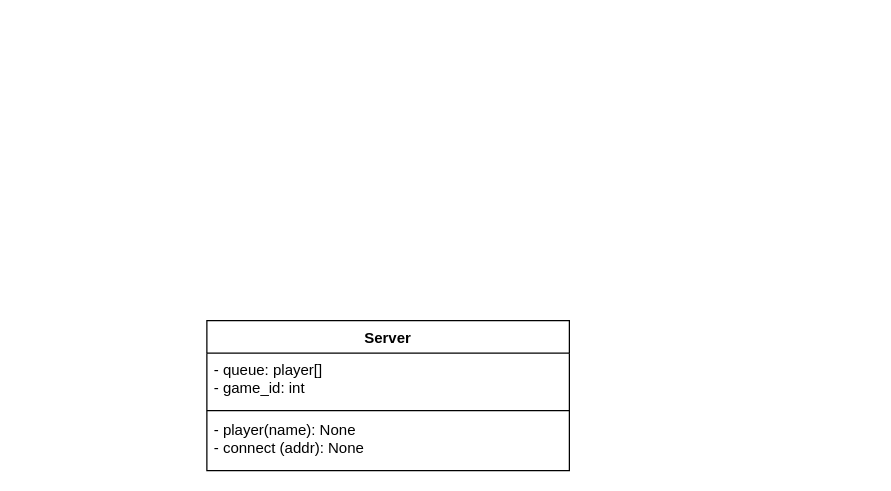
Earlier version of the draw.io diagram .drawio (Truntaler/TM-Project). Source tidied: cells renumbered, new cells numbered last; positions are measured from the earlier drawing's top-left corner, leaving out a move shared by most shapes. Both pictures are drawn from the tidied source at 125%, with x=0, y=0 at pixel (206, 320).
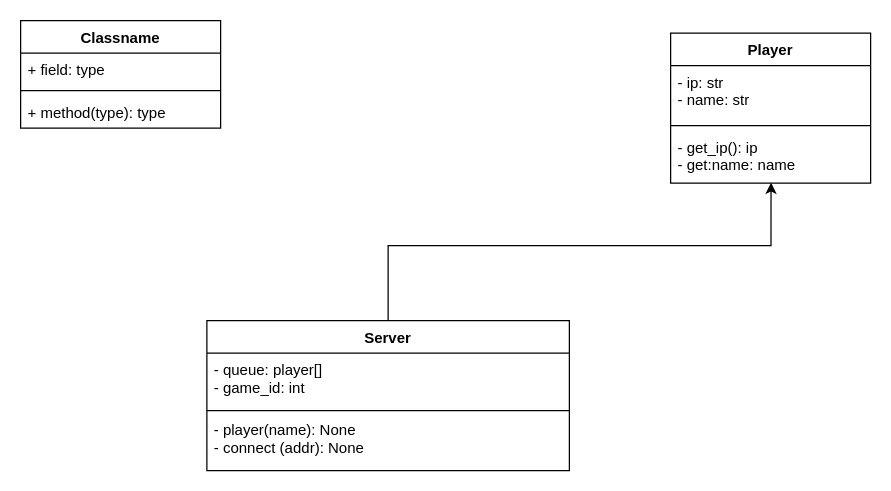
The same page after the edit.

Commit message:
server_2/player

What changed in the source:
```diff
@@
 <mxGraphModel>
   <root>
     <mxCell id="0" />
     <mxCell id="1" parent="0" />
+    <mxCell id="7" style="edgeStyle=orthogonalEdgeStyle;rounded=0;jettySize=auto;html=1;exitX=0.5;exitY=0;exitDx=0;exitDy=0;entryX=0.502;entryY=0.992;entryDx=0;entryDy=0;entryPerimeter=0;" parent="1" edge="1" source="2" target="11">
+      <mxGeometry relative="1" as="geometry">
+        <Array as="points">
+          <mxPoint x="145" y="-60" />
+          <mxPoint x="451" y="-60" />
+        </Array>
+      </mxGeometry>
+    </mxCell>
     <mxCell id="2" value="Server" style="swimlane;fontStyle=1;align=center;verticalAlign=top;horizontal=1;startSize=26;" parent="1" vertex="1">
       <mxGeometry width="290" height="120" as="geometry" />
     </mxCell>
     <mxCell id="3" value="- queue: player[]&#10;- game_id: int" style="text;strokeColor=none;fillColor=none;align=left;verticalAlign=top;spacingLeft=4;spacingRight=4;overflow=hidden;points=[[0,0.5],[1,0.5]];portConstraint=eastwest;" parent="2" vertex="1">
       <mxGeometry y="26" width="290" height="44" as="geometry" />
     </mxCell>
     <mxCell id="4" style="line;strokeWidth=1;fillColor=none;align=left;verticalAlign=middle;spacingTop=-1;spacingLeft=3;spacingRight=3;labelPosition=right;" parent="2" vertex="1">
       <mxGeometry y="70" width="290" height="4" as="geometry" />
     </mxCell>
     <mxCell id="5" value="- player(name): None&#10;- connect (addr): None&#10;" style="text;strokeColor=none;fillColor=none;align=left;verticalAlign=top;spacingLeft=4;spacingRight=4;overflow=hidden;" parent="2" vertex="1">
       <mxGeometry y="74" width="290" height="46" as="geometry" />
     </mxCell>
     <mxCell id="6" style="edgeStyle=orthogonalEdgeStyle;rounded=0;orthogonalLoop=1;jettySize=auto;html=1;exitX=1;exitY=0.5;exitDx=0;exitDy=0;" parent="2" edge="1" source="3" target="3">
       <mxGeometry relative="1" as="geometry" />
     </mxCell>
+    <mxCell id="8" value="Player" style="swimlane;fontStyle=1;align=center;verticalAlign=top;horizontal=1;startSize=26;" parent="1" vertex="1">
+      <mxGeometry x="371" y="-230" width="160" height="120" as="geometry" />
+    </mxCell>
+    <mxCell id="9" value="- ip: str&#10;- name: str " style="text;strokeColor=none;fillColor=none;align=left;verticalAlign=top;spacingLeft=4;spacingRight=4;overflow=hidden;" parent="8" vertex="1">
+      <mxGeometry y="26" width="160" height="44" as="geometry" />
+    </mxCell>
+    <mxCell id="10" style="line;strokeWidth=1;fillColor=none;align=left;verticalAlign=middle;spacingTop=-1;spacingLeft=3;spacingRight=3;labelPosition=right;" parent="8" vertex="1">
+      <mxGeometry y="70" width="160" height="8" as="geometry" />
+    </mxCell>
+    <mxCell id="11" value="- get_ip(): ip&#10;- get:name: name" style="text;strokeColor=none;fillColor=none;align=left;verticalAlign=top;spacingLeft=4;spacingRight=4;overflow=hidden;points=[[0,0.5],[1,0.5]];portConstraint=eastwest;" parent="8" vertex="1">
+      <mxGeometry y="78" width="160" height="42" as="geometry" />
+    </mxCell>
+    <mxCell id="12" value="Classname" style="swimlane;fontStyle=1;align=center;verticalAlign=top;horizontal=1;startSize=26;" parent="1" vertex="1">
+      <mxGeometry x="-149" y="-240" width="160" height="86" as="geometry" />
+    </mxCell>
+    <mxCell id="13" value="+ field: type" style="text;strokeColor=none;fillColor=none;align=left;verticalAlign=top;spacingLeft=4;spacingRight=4;overflow=hidden;" parent="12" vertex="1">
+      <mxGeometry y="26" width="160" height="26" as="geometry" />
+    </mxCell>
+    <mxCell id="14" style="line;strokeWidth=1;fillColor=none;align=left;verticalAlign=middle;spacingTop=-1;spacingLeft=3;spacingRight=3;labelPosition=right;" parent="12" vertex="1">
+      <mxGeometry y="52" width="160" height="8" as="geometry" />
+    </mxCell>
+    <mxCell id="15" value="+ method(type): type" style="text;strokeColor=none;fillColor=none;align=left;verticalAlign=top;spacingLeft=4;spacingRight=4;overflow=hidden;" parent="12" vertex="1">
+      <mxGeometry y="60" width="160" height="26" as="geometry" />
+    </mxCell>
   </root>
 </mxGraphModel>
```
